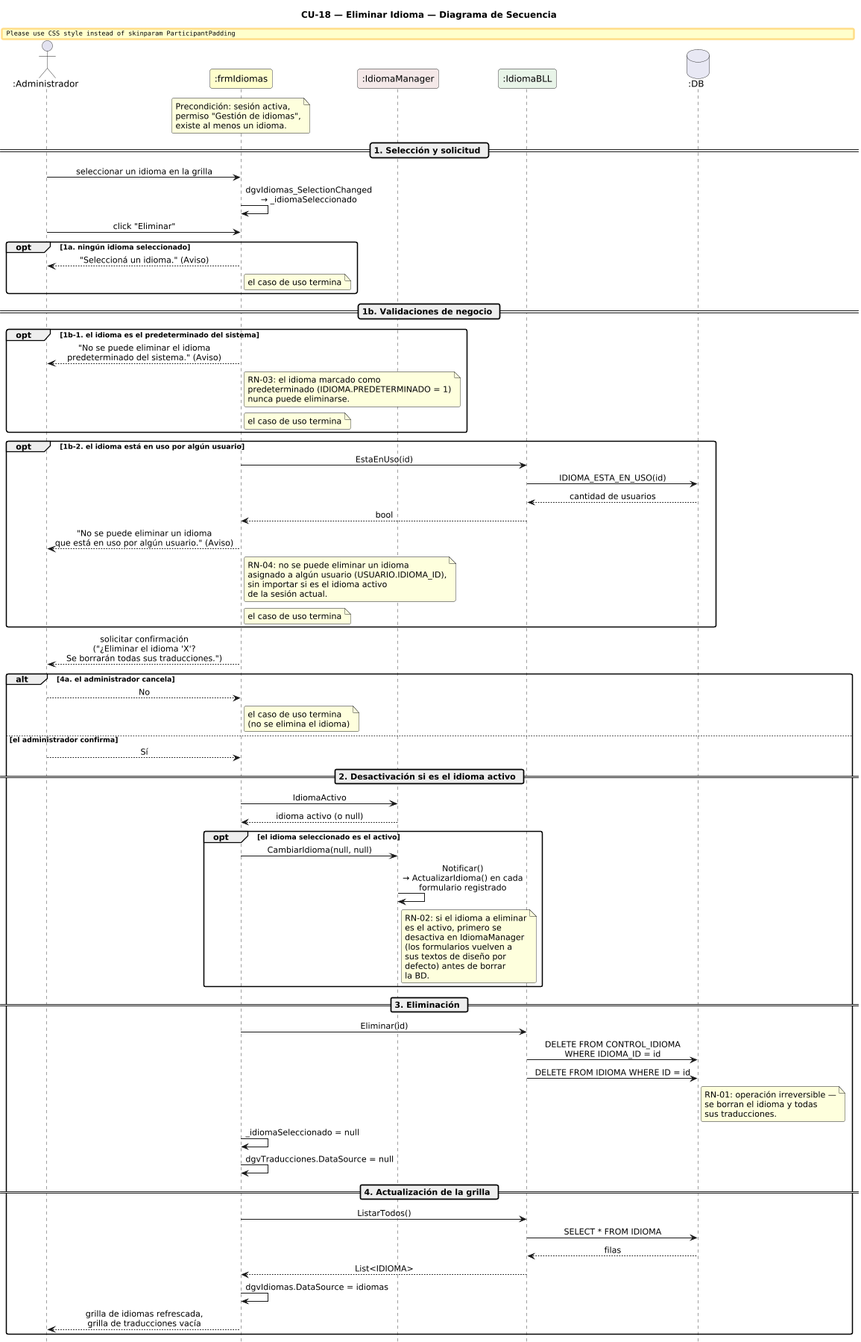
Urrels/ingenieria_software keeps this PlantUML diagram as DIAGRAMAS/DiagramaSecuencia_CU18_EliminarIdioma.png. Above is the earlier version. The source it was exported from:
```plantuml
@startuml DiagramaSecuencia_CU18_EliminarIdioma

title CU-18 — Eliminar Idioma — Diagrama de Secuencia

skinparam shadowing false
skinparam roundcorner 6
skinparam sequenceArrowThickness 1.2
skinparam ParticipantPadding 14
skinparam sequenceMessageAlign center
hide footbox
scale 0.85

actor       ":Administrador" as A
participant ":frmIdiomas"    as FI #FEFECE
participant ":IdiomaManager" as IM #F4E8E8
participant ":IdiomaBLL"     as IB #E8F4E8
database    ":DB"            as DB #E8E8F4

note over FI
  Precondición: sesión activa,
  permiso "Gestión de idiomas",
  existe al menos un idioma.
end note

== 1. Selección y solicitud ==

A -> FI : seleccionar un idioma en la grilla
FI -> FI : dgvIdiomas_SelectionChanged\n→ _idiomaSeleccionado

A -> FI : click "Eliminar"

opt 1a. ningún idioma seleccionado
  FI --> A : "Seleccioná un idioma." (Aviso)
  note right of FI : el caso de uso termina
end

== 1b. Validaciones de negocio ==

opt 1b-1. el idioma es el predeterminado del sistema
  FI --> A : "No se puede eliminar el idioma\npredeterminado del sistema." (Aviso)
  note right of FI
    RN-03: el idioma marcado como
    predeterminado (IDIOMA.PREDETERMINADO = 1)
    nunca puede eliminarse.
  end note
  note right of FI : el caso de uso termina
end

opt 1b-2. el idioma está en uso por algún usuario
  FI -> IB : EstaEnUso(id)
  IB -> DB : IDIOMA_ESTA_EN_USO(id)
  DB --> IB : cantidad de usuarios
  IB --> FI : bool

  FI --> A : "No se puede eliminar un idioma\nque está en uso por algún usuario." (Aviso)
  note right of FI
    RN-04: no se puede eliminar un idioma
    asignado a algún usuario (USUARIO.IDIOMA_ID),
    sin importar si es el idioma activo
    de la sesión actual.
  end note
  note right of FI : el caso de uso termina
end

FI --> A : solicitar confirmación\n("¿Eliminar el idioma 'X'?\nSe borrarán todas sus traducciones.")

alt 4a. el administrador cancela
  A --> FI : No
  note right of FI : el caso de uso termina\n(no se elimina el idioma)

else el administrador confirma
  A --> FI : Sí

  == 2. Desactivación si es el idioma activo ==

  FI -> IM : IdiomaActivo
  IM --> FI : idioma activo (o null)

  opt el idioma seleccionado es el activo
    FI -> IM : CambiarIdioma(null, null)
    IM -> IM : Notificar()\n→ ActualizarIdioma() en cada\nformulario registrado
    note right of IM
      RN-02: si el idioma a eliminar
      es el activo, primero se
      desactiva en IdiomaManager
      (los formularios vuelven a
      sus textos de diseño por
      defecto) antes de borrar
      la BD.
    end note
  end

  == 3. Eliminación ==

  FI -> IB : Eliminar(id)
  IB -> DB : DELETE FROM CONTROL_IDIOMA\nWHERE IDIOMA_ID = id
  IB -> DB : DELETE FROM IDIOMA WHERE ID = id
  note right of DB
    RN-01: operación irreversible —
    se borran el idioma y todas
    sus traducciones.
  end note

  FI -> FI : _idiomaSeleccionado = null
  FI -> FI : dgvTraducciones.DataSource = null

  == 4. Actualización de la grilla ==

  FI -> IB : ListarTodos()
  IB -> DB : SELECT * FROM IDIOMA
  DB --> IB : filas
  IB --> FI : List<IDIOMA>
  FI -> FI : dgvIdiomas.DataSource = idiomas
  FI --> A : grilla de idiomas refrescada,\ngrilla de traducciones vacía
end

@enduml
```
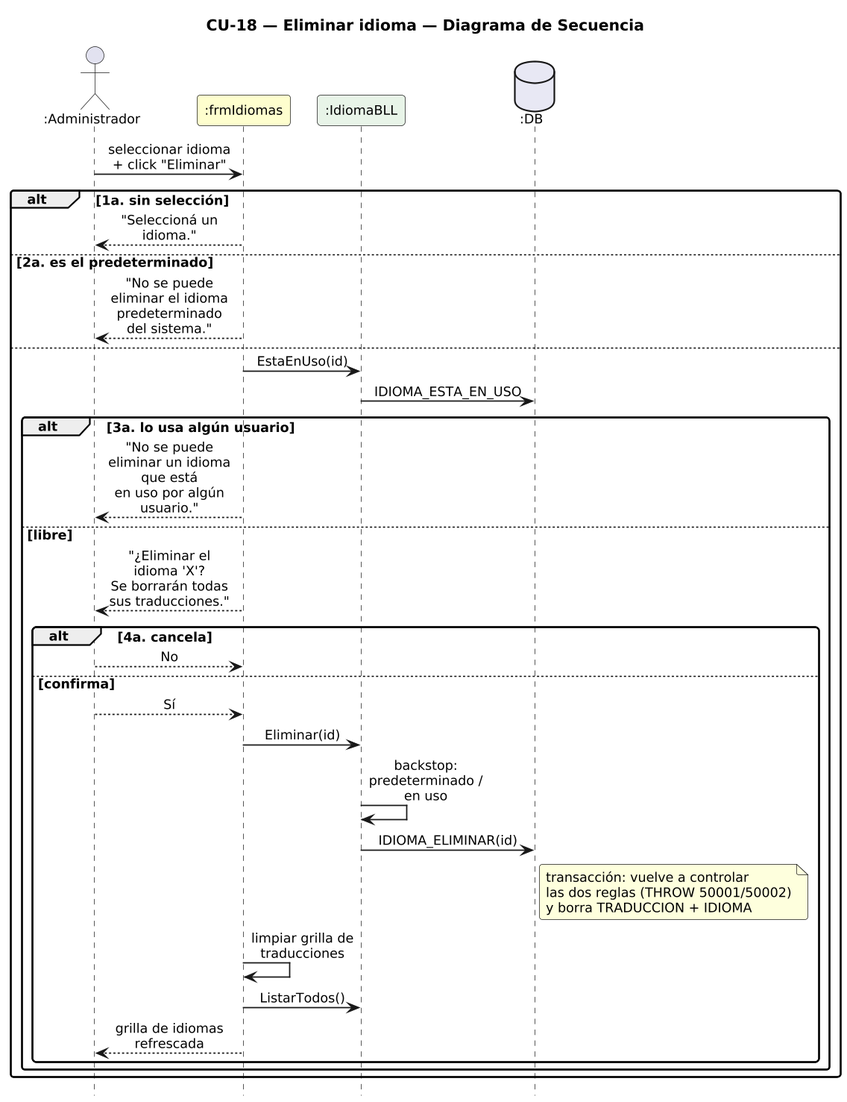
The same diagram one commit later.

Change to the diagram source:
```diff
@@ -1,117 +1,52 @@
 @startuml DiagramaSecuencia_CU18_EliminarIdioma
 
-title CU-18 — Eliminar Idioma — Diagrama de Secuencia
+title CU-18 — Eliminar idioma — Diagrama de Secuencia
 
 skinparam shadowing false
 skinparam roundcorner 6
 skinparam sequenceArrowThickness 1.2
-skinparam ParticipantPadding 14
+skinparam ParticipantPadding 6
+skinparam BoxPadding 4
+skinparam maxMessageSize 115
 skinparam sequenceMessageAlign center
+skinparam defaultFontSize 12
+skinparam dpi 140
 hide footbox
-scale 0.85
 
-actor       ":Administrador" as A
-participant ":frmIdiomas"    as FI #FEFECE
-participant ":IdiomaManager" as IM #F4E8E8
-participant ":IdiomaBLL"     as IB #E8F4E8
-database    ":DB"            as DB #E8E8F4
+actor ":Administrador" as A
+participant ":frmIdiomas" as F #FEFECE
+participant ":IdiomaBLL" as IB #E8F4E8
+database ":DB" as DB #E8E8F4
 
-note over FI
-  Precondición: sesión activa,
-  permiso "Gestión de idiomas",
-  existe al menos un idioma.
-end note
-
-== 1. Selección y solicitud ==
-
-A -> FI : seleccionar un idioma en la grilla
-FI -> FI : dgvIdiomas_SelectionChanged\n→ _idiomaSeleccionado
-
-A -> FI : click "Eliminar"
-
-opt 1a. ningún idioma seleccionado
-  FI --> A : "Seleccioná un idioma." (Aviso)
-  note right of FI : el caso de uso termina
-end
-
-== 1b. Validaciones de negocio ==
-
-opt 1b-1. el idioma es el predeterminado del sistema
-  FI --> A : "No se puede eliminar el idioma\npredeterminado del sistema." (Aviso)
-  note right of FI
-    RN-03: el idioma marcado como
-    predeterminado (IDIOMA.PREDETERMINADO = 1)
-    nunca puede eliminarse.
-  end note
-  note right of FI : el caso de uso termina
-end
-
-opt 1b-2. el idioma está en uso por algún usuario
-  FI -> IB : EstaEnUso(id)
-  IB -> DB : IDIOMA_ESTA_EN_USO(id)
-  DB --> IB : cantidad de usuarios
-  IB --> FI : bool
-
-  FI --> A : "No se puede eliminar un idioma\nque está en uso por algún usuario." (Aviso)
-  note right of FI
-    RN-04: no se puede eliminar un idioma
-    asignado a algún usuario (USUARIO.IDIOMA_ID),
-    sin importar si es el idioma activo
-    de la sesión actual.
-  end note
-  note right of FI : el caso de uso termina
-end
-
-FI --> A : solicitar confirmación\n("¿Eliminar el idioma 'X'?\nSe borrarán todas sus traducciones.")
-
-alt 4a. el administrador cancela
-  A --> FI : No
-  note right of FI : el caso de uso termina\n(no se elimina el idioma)
-
-else el administrador confirma
-  A --> FI : Sí
-
-  == 2. Desactivación si es el idioma activo ==
-
-  FI -> IM : IdiomaActivo
-  IM --> FI : idioma activo (o null)
-
-  opt el idioma seleccionado es el activo
-    FI -> IM : CambiarIdioma(null, null)
-    IM -> IM : Notificar()\n→ ActualizarIdioma() en cada\nformulario registrado
-    note right of IM
-      RN-02: si el idioma a eliminar
-      es el activo, primero se
-      desactiva en IdiomaManager
-      (los formularios vuelven a
-      sus textos de diseño por
-      defecto) antes de borrar
-      la BD.
-    end note
+A -> F : seleccionar idioma + click "Eliminar"
+alt 1a. sin selección
+  F --> A : "Seleccioná un idioma."
+else 2a. es el predeterminado
+  F --> A : "No se puede eliminar el idioma predeterminado del sistema."
+else
+  F -> IB : EstaEnUso(id)
+  IB -> DB : IDIOMA_ESTA_EN_USO
+  alt 3a. lo usa algún usuario
+    F --> A : "No se puede eliminar un idioma que está\nen uso por algún usuario."
+  else libre
+    F --> A : "¿Eliminar el idioma 'X'?\nSe borrarán todas sus traducciones."
+    alt 4a. cancela
+      A --> F : No
+    else confirma
+      A --> F : Sí
+      F -> IB : Eliminar(id)
+      IB -> IB : backstop: predeterminado / en uso
+      IB -> DB : IDIOMA_ELIMINAR(id)
+      note right of DB
+        transacción: vuelve a controlar
+        las dos reglas (THROW 50001/50002)
+        y borra TRADUCCION + IDIOMA
+      end note
+      F -> F : limpiar grilla de traducciones
+      F -> IB : ListarTodos()
+      F --> A : grilla de idiomas refrescada
+    end
   end
-
-  == 3. Eliminación ==
-
-  FI -> IB : Eliminar(id)
-  IB -> DB : DELETE FROM CONTROL_IDIOMA\nWHERE IDIOMA_ID = id
-  IB -> DB : DELETE FROM IDIOMA WHERE ID = id
-  note right of DB
-    RN-01: operación irreversible —
-    se borran el idioma y todas
-    sus traducciones.
-  end note
-
-  FI -> FI : _idiomaSeleccionado = null
-  FI -> FI : dgvTraducciones.DataSource = null
-
-  == 4. Actualización de la grilla ==
-
-  FI -> IB : ListarTodos()
-  IB -> DB : SELECT * FROM IDIOMA
-  DB --> IB : filas
-  IB --> FI : List<IDIOMA>
-  FI -> FI : dgvIdiomas.DataSource = idiomas
-  FI --> A : grilla de idiomas refrescada,\ngrilla de traducciones vacía
 end
 
 @enduml
```
